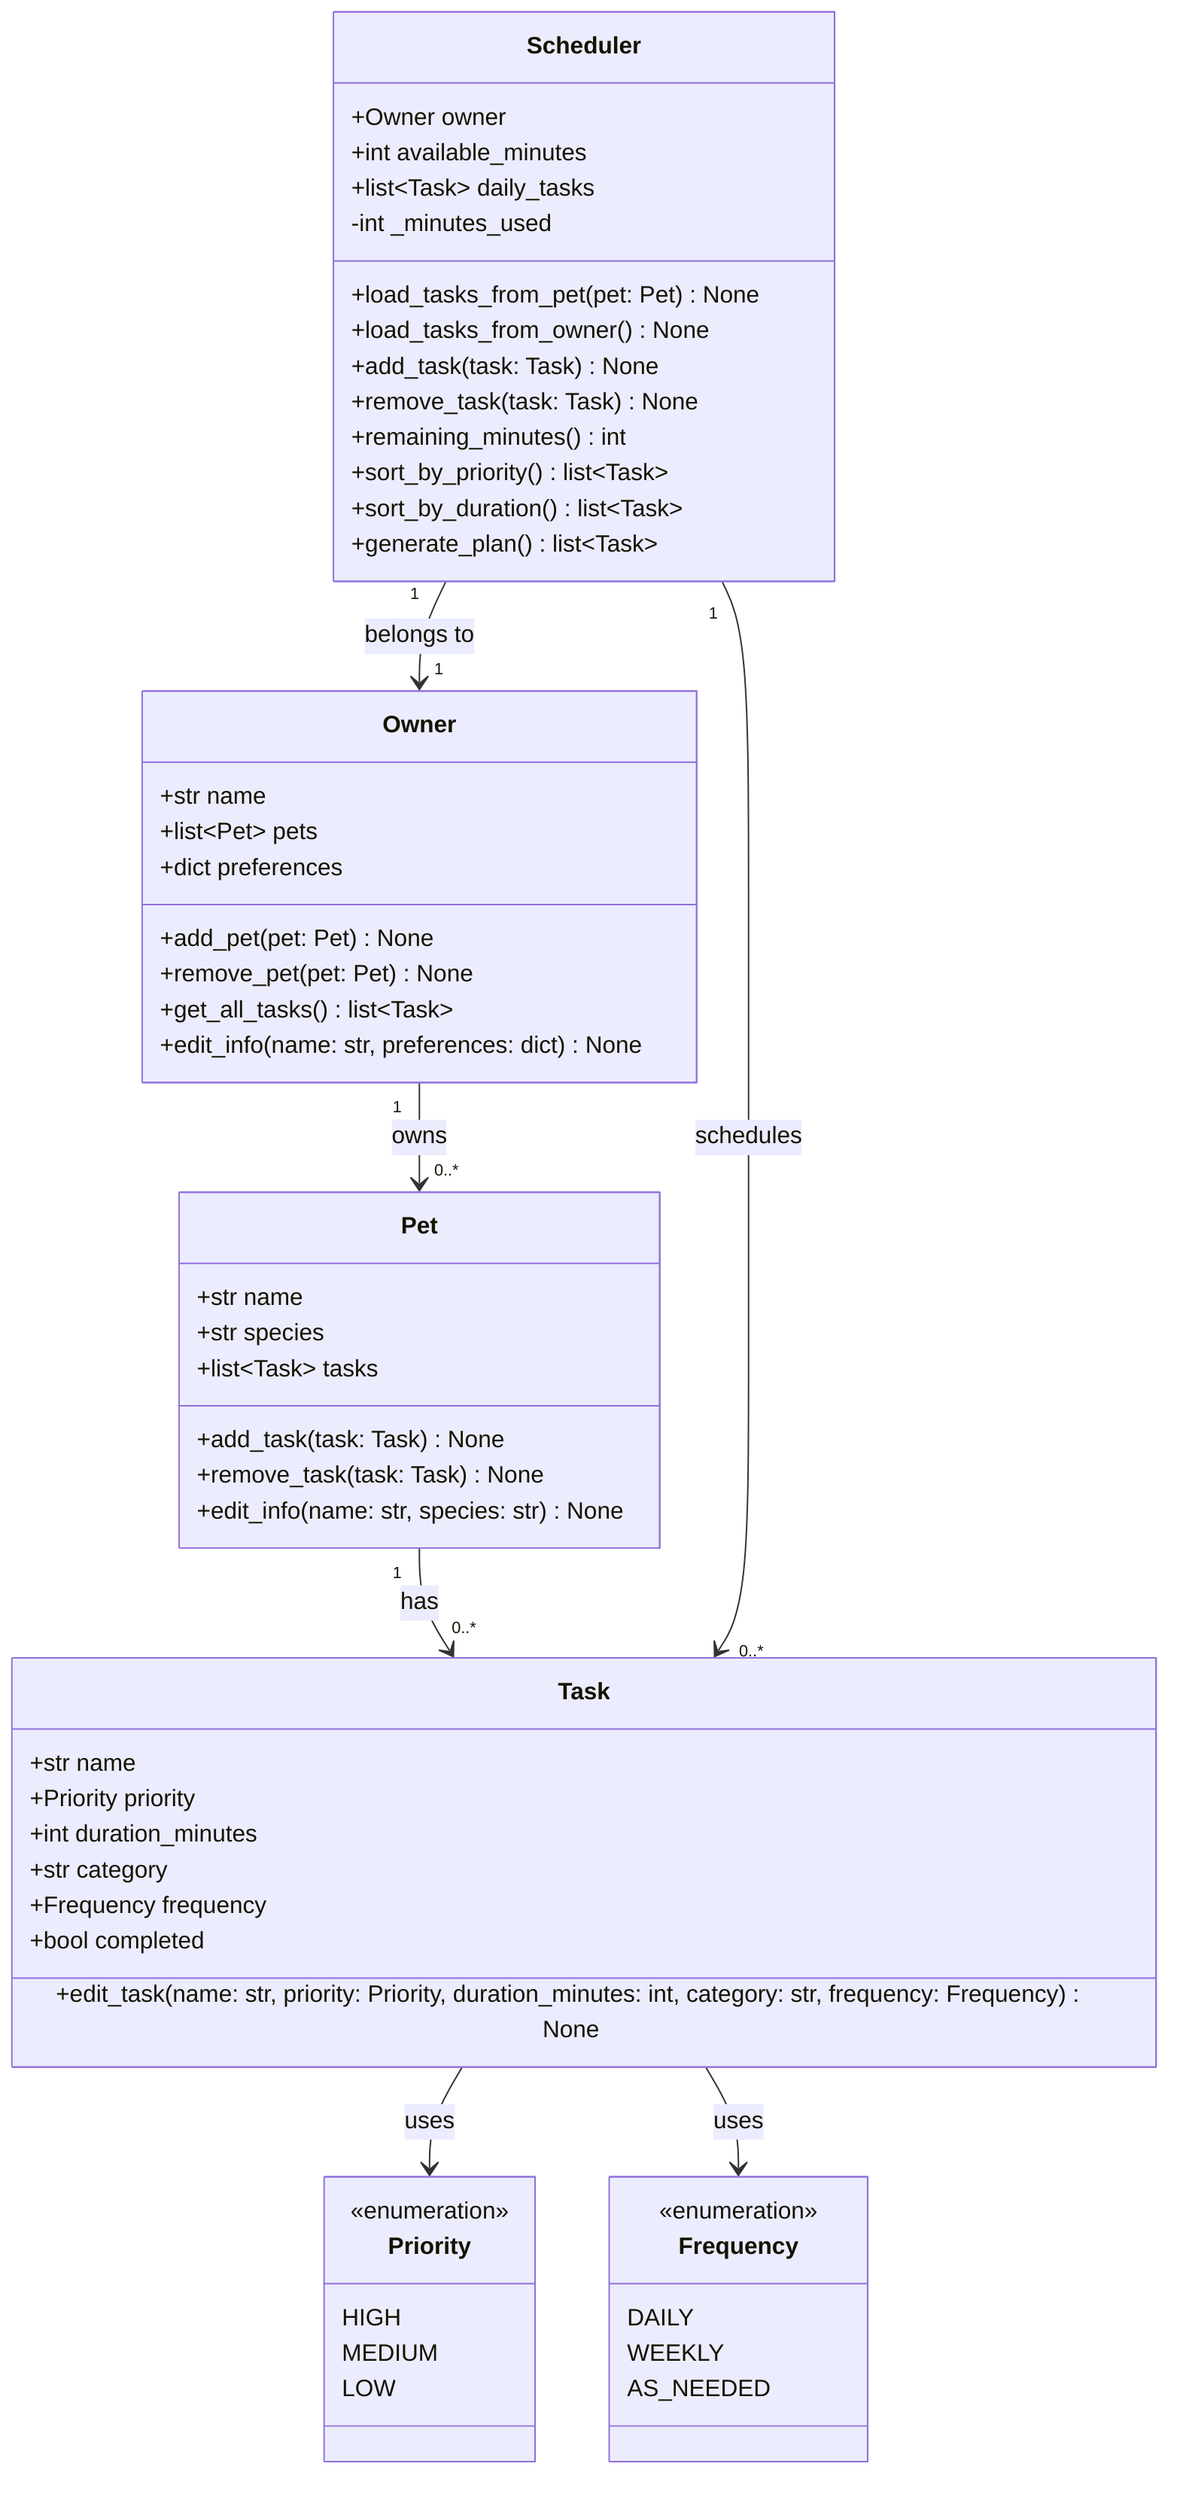
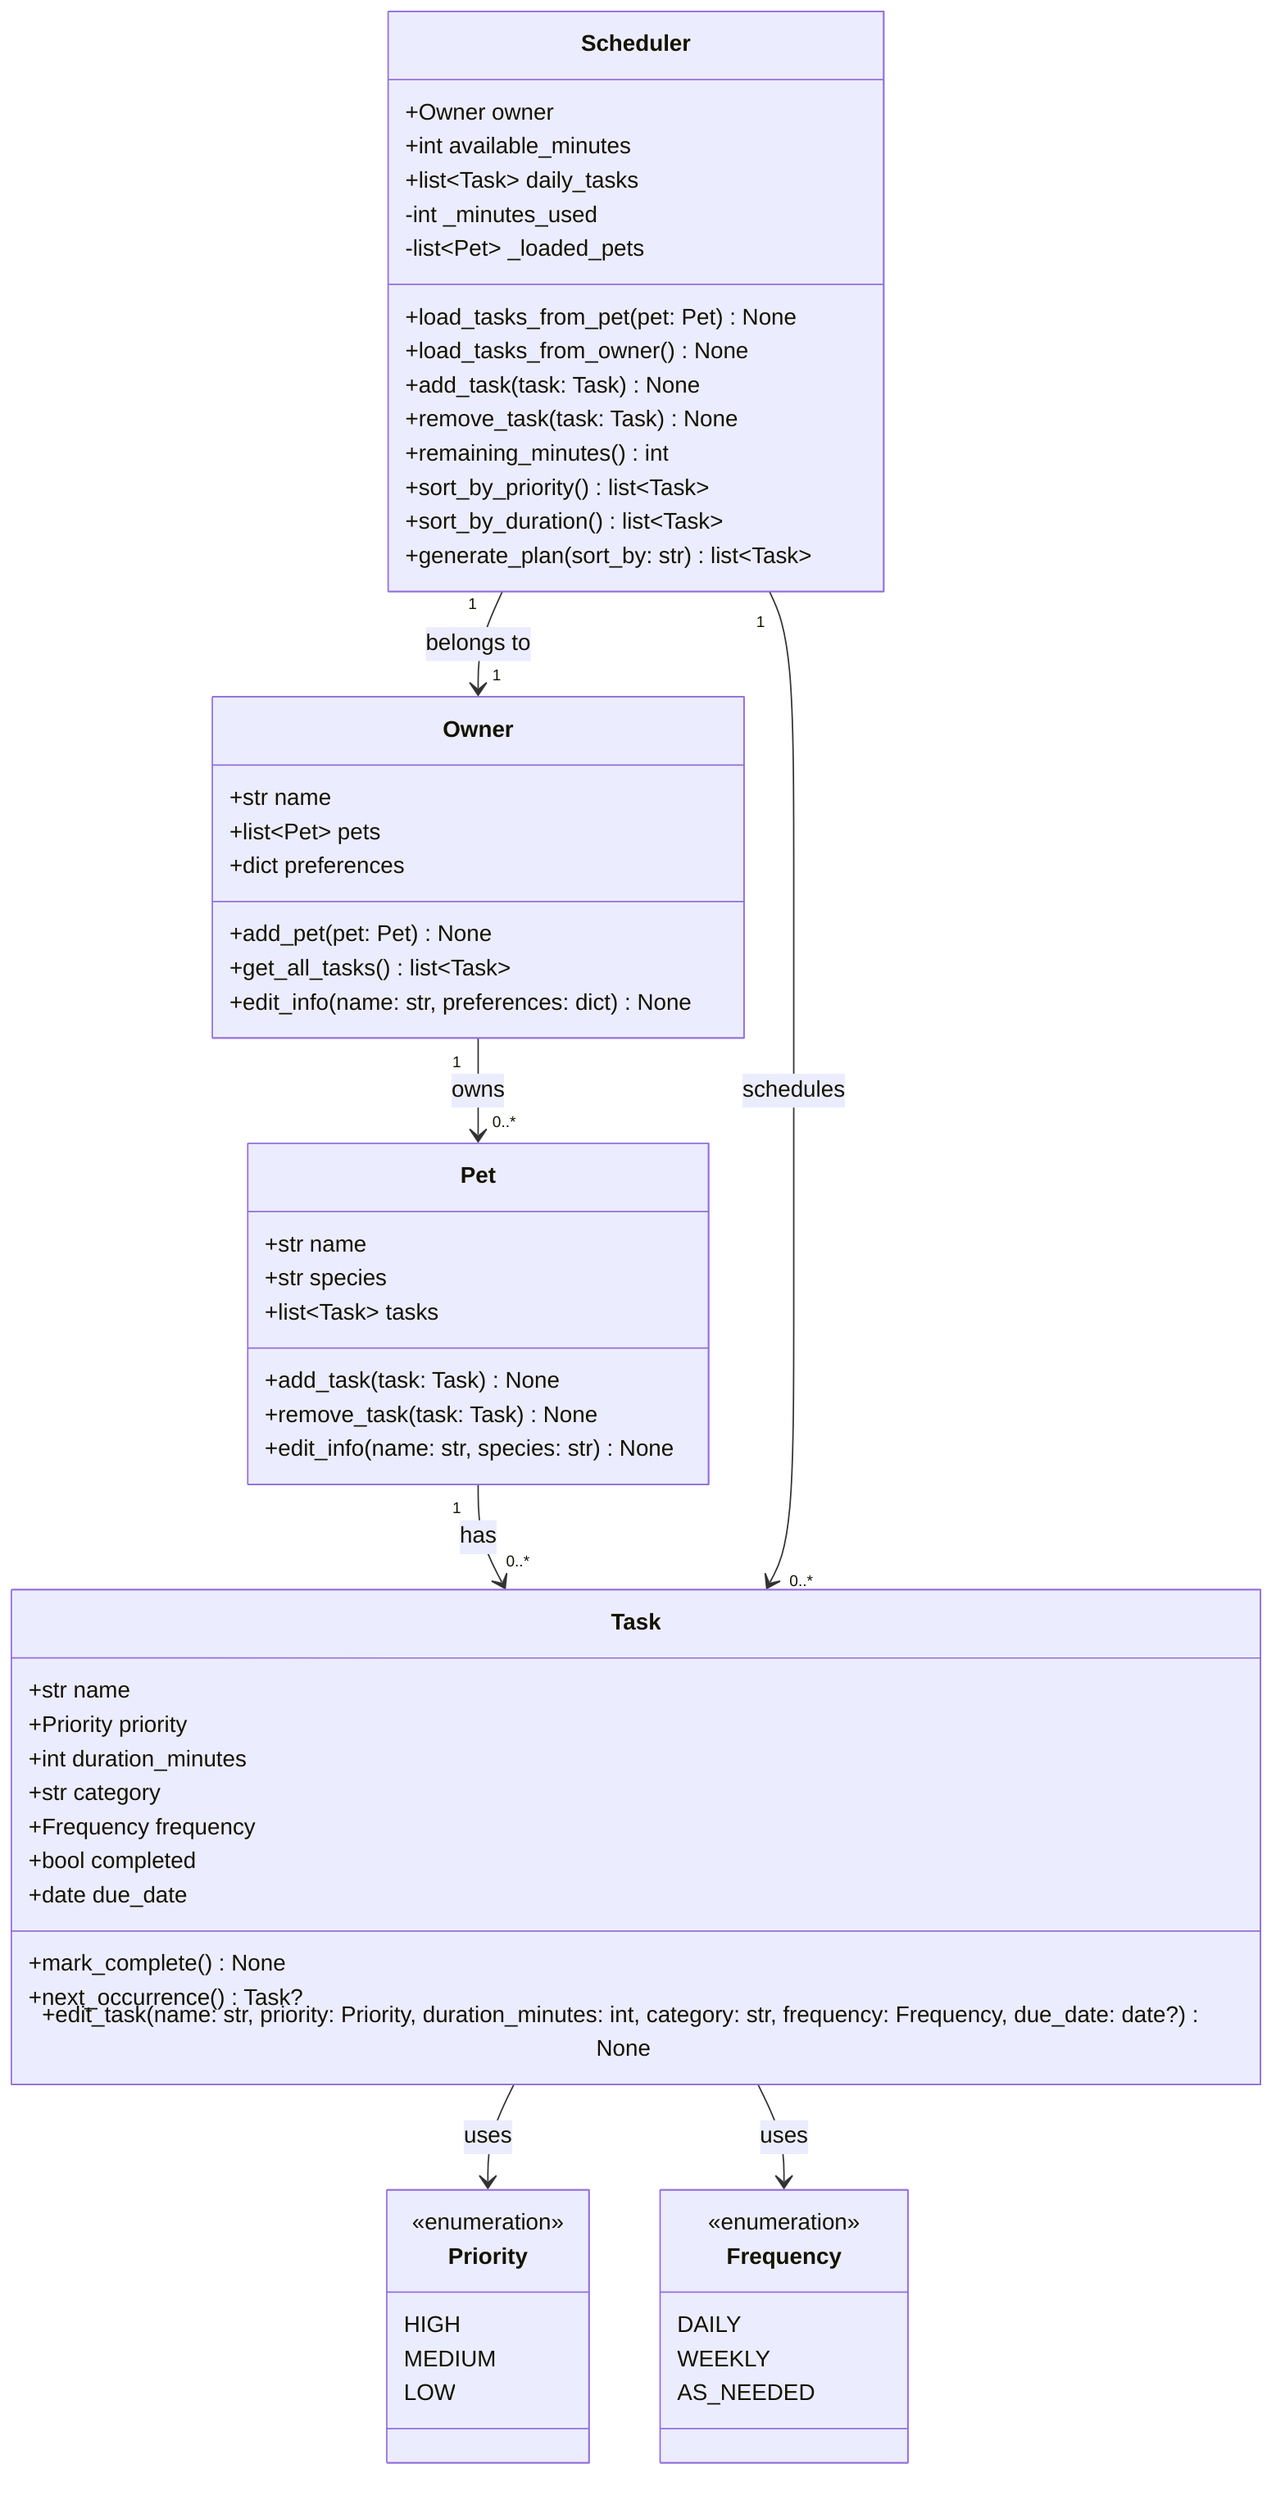
---
id: 1f3c0e99-5d84-4a12-89c6-e74cb26701be
---
classDiagram
    %% PawPal+ class diagram — matches reflection.md initial design and README requirements.
    %% Keep this file updated so it matches your final implementation.

    class Priority {
        <<enumeration>>
        HIGH
        MEDIUM
        LOW
    }

    class Frequency {
        <<enumeration>>
        DAILY
        WEEKLY
        AS_NEEDED
    }

    class Owner {
        +str name
        +list~Pet~ pets
        +dict preferences
        +add_pet(pet: Pet) None
-         +remove_pet(pet: Pet) None
        +get_all_tasks() list~Task~
        +edit_info(name: str, preferences: dict) None
    }

    class Pet {
        +str name
        +str species
        +list~Task~ tasks
        +add_task(task: Task) None
        +remove_task(task: Task) None
        +edit_info(name: str, species: str) None
    }

    class Task {
        +str name
        +Priority priority
        +int duration_minutes
        +str category
        +Frequency frequency
        +bool completed
-         +edit_task(name: str, priority: Priority, duration_minutes: int, category: str, frequency: Frequency) None
+         +date due_date
+         +mark_complete() None
+         +next_occurrence() Task?
+         +edit_task(name: str, priority: Priority, duration_minutes: int, category: str, frequency: Frequency, due_date: date?) None
    }

    class Scheduler {
        +Owner owner
        +int available_minutes
        +list~Task~ daily_tasks
        -int _minutes_used
+         -list~Pet~ _loaded_pets
        +load_tasks_from_pet(pet: Pet) None
        +load_tasks_from_owner() None
        +add_task(task: Task) None
        +remove_task(task: Task) None
        +remaining_minutes() int
        +sort_by_priority() list~Task~
        +sort_by_duration() list~Task~
-         +generate_plan() list~Task~
+         +generate_plan(sort_by: str) list~Task~
    }

    Task --> Priority : uses
    Task --> Frequency : uses
    Owner "1" --> "0..*" Pet : owns
    Pet "1" --> "0..*" Task : has
    Scheduler "1" --> "1" Owner : belongs to
    Scheduler "1" --> "0..*" Task : schedules